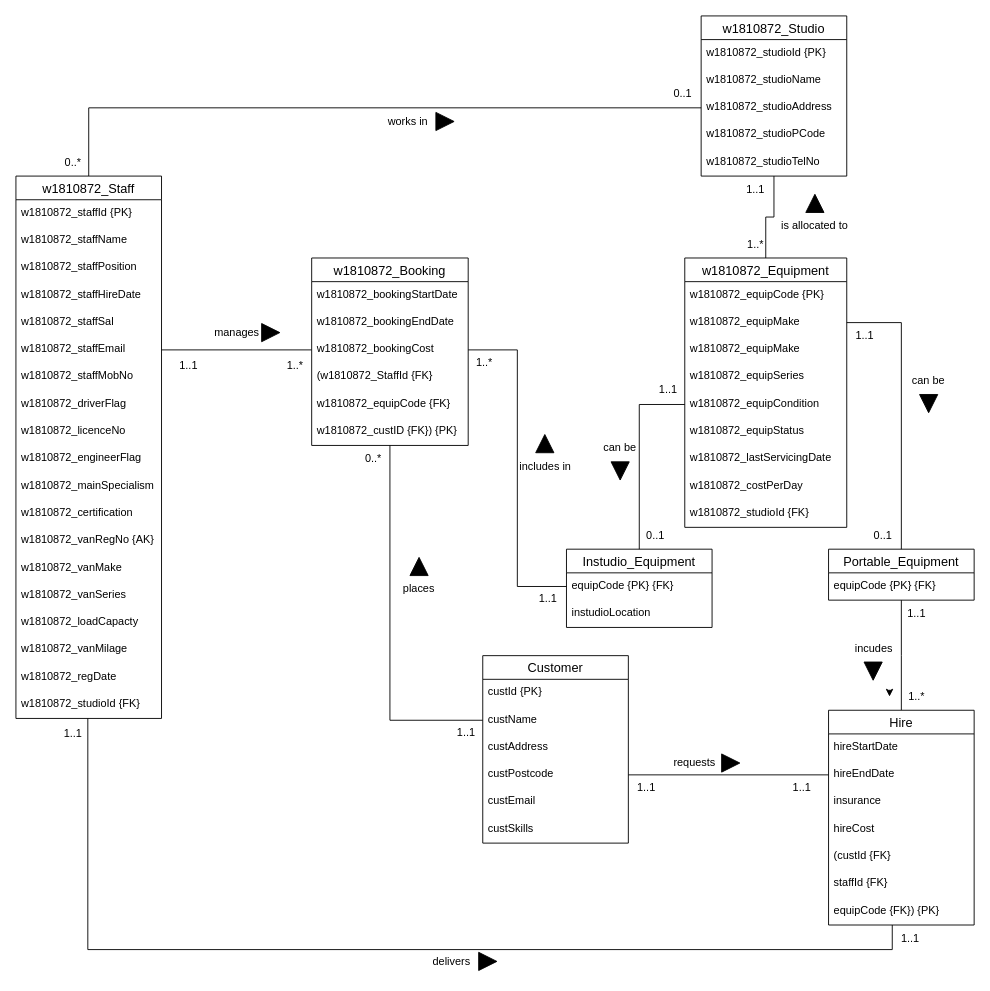
The draw.io diagram Part B/Part_B.drawio in ChitharaKarunasekera/DatabaseSystemsCoursework, before the edit. Source tidied: cells renumbered, new cells numbered last; positions are measured from the earlier drawing's top-left corner, leaving out a move shared by most shapes. Both pictures are drawn from the tidied source at 91%, with x=0, y=0 at pixel (15, 15).
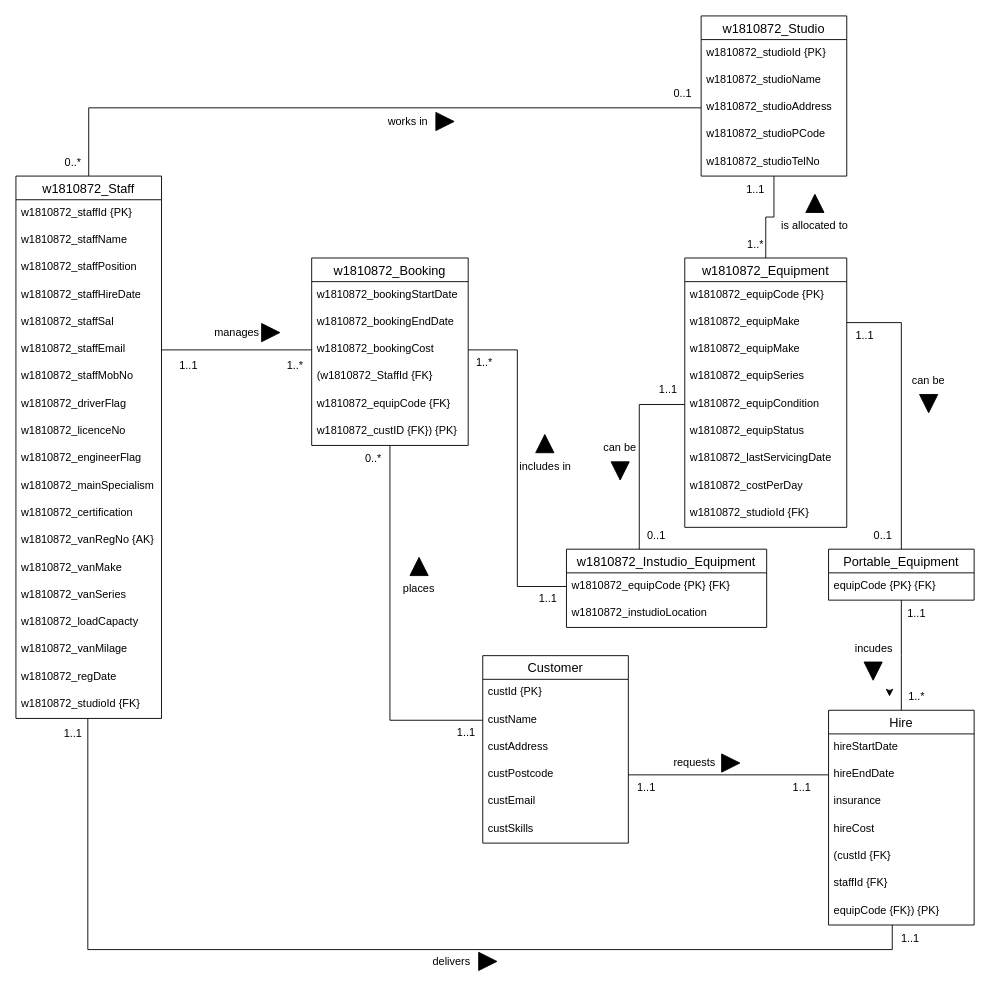
The same page after the edit.

The change refers to these unchanged cells:
```xml
<mxCell id="29" value="w1810872_equipCondition" style="text;strokeColor=none;fillColor=none;spacingLeft=4;spacingRight=4;overflow=hidden;points=[[0,0.5],[1,0.5]];portConstraint=eastwest;fontSize=12;fontColor=#000000;" parent="24" vertex="1">
  <mxGeometry y="146" width="178" height="30" as="geometry" />
</mxCell>
```

The edit, as a diff of the source:
```diff
@@
-    <mxCell id="34" value="Instudio_Equipment" style="swimlane;fontStyle=0;horizontal=1;startSize=26;align=center;fontSize=14;fontColor=#000000;" parent="1" vertex="1">
-      <mxGeometry x="605" y="586" width="160" height="86" as="geometry" />
+    <mxCell id="34" value="w1810872_Instudio_Equipment" style="swimlane;fontStyle=0;horizontal=1;startSize=26;align=center;fontSize=14;fontColor=#000000;" parent="1" vertex="1">
+      <mxGeometry x="605" y="586" width="220" height="86" as="geometry" />
     </mxCell>
-    <mxCell id="35" value="equipCode {PK} {FK}" style="text;strokeColor=none;fillColor=none;spacingLeft=4;spacingRight=4;overflow=hidden;points=[[0,0.5],[1,0.5]];portConstraint=eastwest;fontSize=12;fontColor=#000000;" parent="34" vertex="1">
-      <mxGeometry y="26" width="160" height="30" as="geometry" />
+    <mxCell id="35" value="w1810872_equipCode {PK} {FK}" style="text;strokeColor=none;fillColor=none;spacingLeft=4;spacingRight=4;overflow=hidden;points=[[0,0.5],[1,0.5]];portConstraint=eastwest;fontSize=12;fontColor=#000000;" parent="34" vertex="1">
+      <mxGeometry y="26" width="220" height="30" as="geometry" />
     </mxCell>
-    <mxCell id="36" value="instudioLocation" style="text;strokeColor=none;fillColor=none;spacingLeft=4;spacingRight=4;overflow=hidden;fontSize=12;fontColor=#000000;" parent="34" vertex="1">
-      <mxGeometry y="56" width="160" height="30" as="geometry" />
+    <mxCell id="36" value="w1810872_instudioLocation" style="text;strokeColor=none;fillColor=none;spacingLeft=4;spacingRight=4;overflow=hidden;fontSize=12;fontColor=#000000;" parent="34" vertex="1">
+      <mxGeometry y="56" width="220" height="30" as="geometry" />
     </mxCell>
@@
     <mxCell id="39" style="edgeStyle=orthogonalEdgeStyle;rounded=0;jettySize=auto;html=1;fontColor=#000000;endArrow=none;endFill=0;exitX=0;exitY=0.5;exitDx=0;exitDy=0;" parent="1" edge="1" source="29" target="34">
-      <mxGeometry relative="1" as="geometry" />
+      <mxGeometry relative="1" as="geometry">
+        <Array as="points">
+          <mxPoint x="685" y="427" />
+        </Array>
+      </mxGeometry>
     </mxCell>
@@
     <mxCell id="45" value="0..1" style="text;html=1;strokeColor=none;fillColor=none;align=center;verticalAlign=middle;whiteSpace=wrap;rounded=0;fontColor=#000000;" parent="1" vertex="1">
-      <mxGeometry x="673" y="556" width="60" height="30" as="geometry" />
+      <mxGeometry x="674" y="556" width="60" height="30" as="geometry" />
     </mxCell>
```
